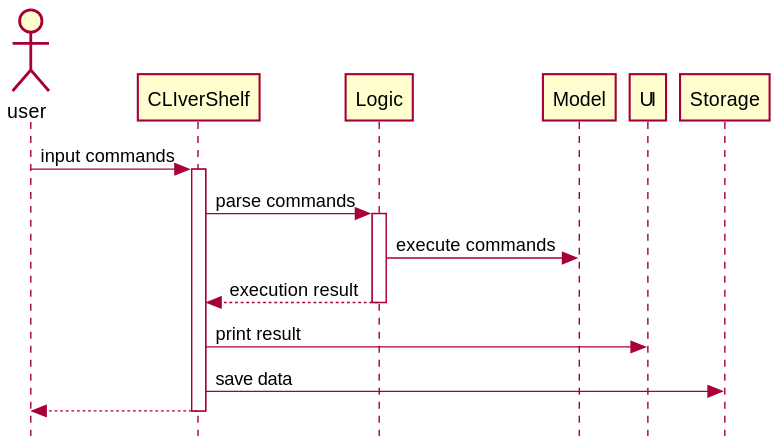
Before: docs/diagrams/Architecture_GeneralProgramFlowSequenceDiagram.svg, a diagram exported from PlantUML (zh1huang/tp).
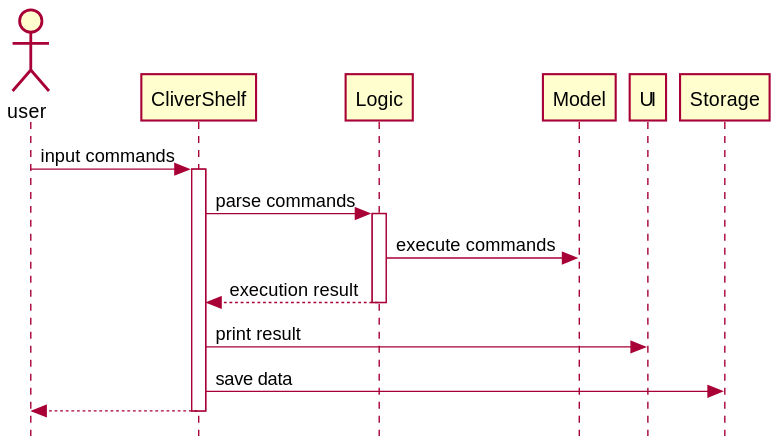
After the change.

What changed in the source:
```diff
@@ -2,7 +2,7 @@
 !include Style.puml
 
 actor user
-participant CLIverShelf as main
+participant CliverShelf as main
 participant Logic as logic
 participant Model as model
 participant UI as ui
```
